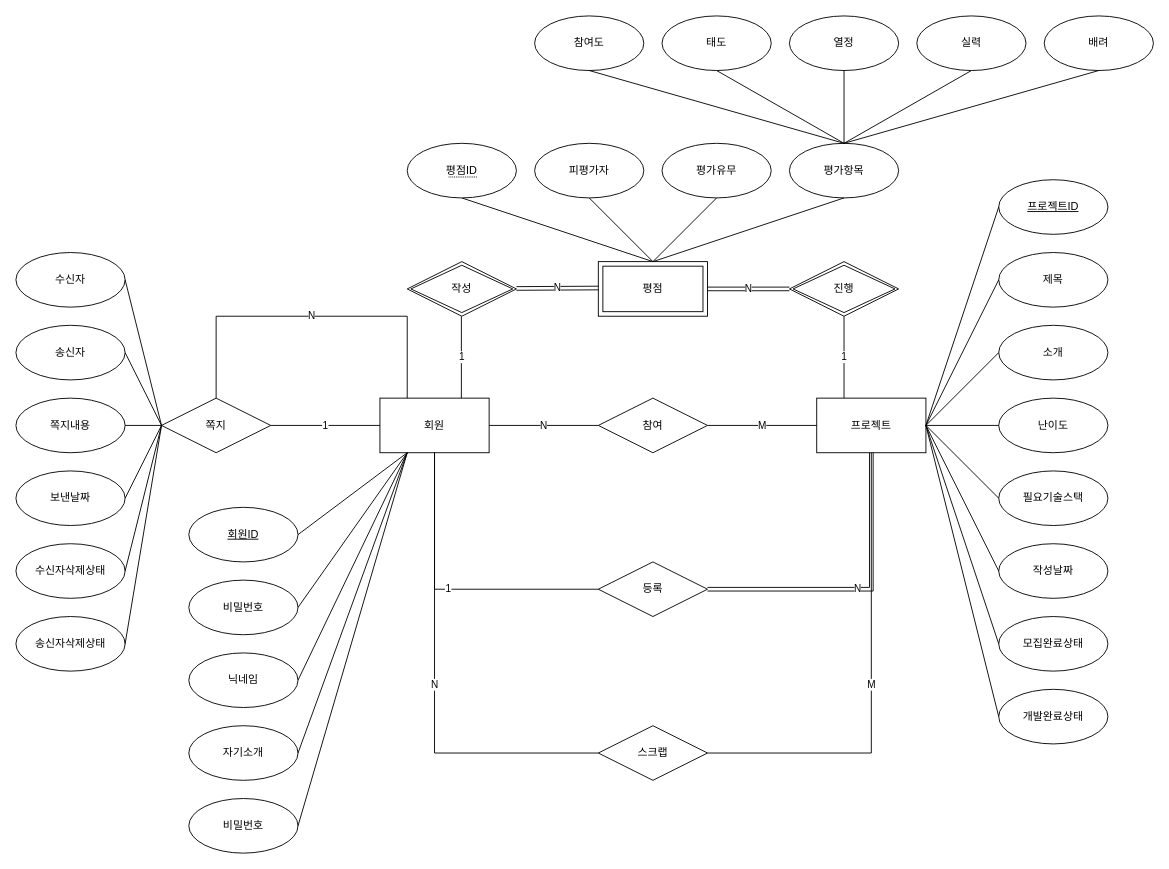
Ieejuyeon/..yy keeps this draw.io diagram as ERD0408.drawio. Above is the earlier version. Source tidied: cells renumbered, new cells numbered last; positions are measured from the earlier drawing's top-left corner, leaving out a move shared by most shapes. Both pictures are drawn from the tidied source at 91%, with x=0, y=0 at pixel (15, 15).
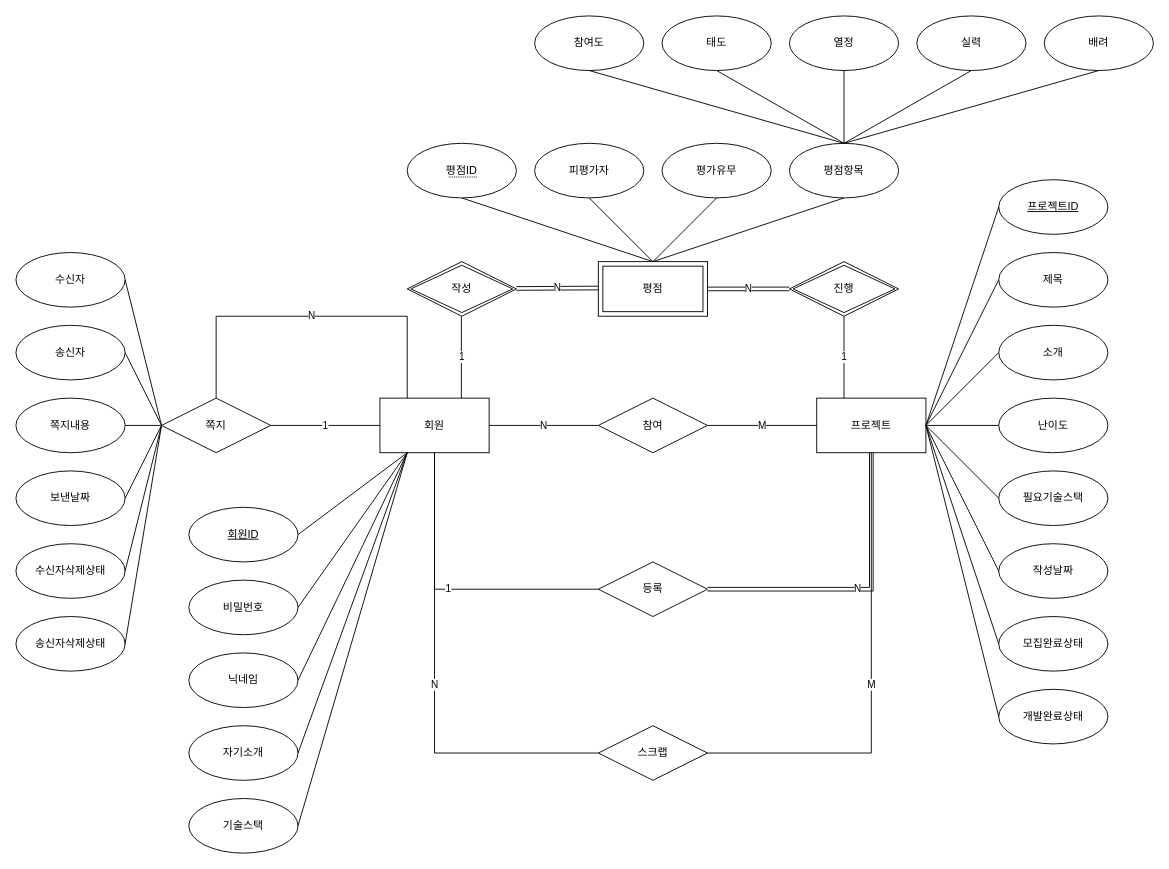
The same diagram, later.

Change to the diagram source:
```diff
@@
-    <mxCell id="14" value="비밀번호" style="ellipse;whiteSpace=wrap;html=1;" parent="1" vertex="1">
+    <mxCell id="14" value="기술스택" style="ellipse;whiteSpace=wrap;html=1;" parent="1" vertex="1">
       <mxGeometry x="190" y="860" width="120" height="60" as="geometry" />
     </mxCell>
@@
-    <mxCell id="53" value="평가항목" style="ellipse;whiteSpace=wrap;html=1;" parent="1" vertex="1">
+    <mxCell id="53" value="평점항목" style="ellipse;whiteSpace=wrap;html=1;" parent="1" vertex="1">
       <mxGeometry x="850" y="140" width="120" height="60" as="geometry" />
     </mxCell>
```
